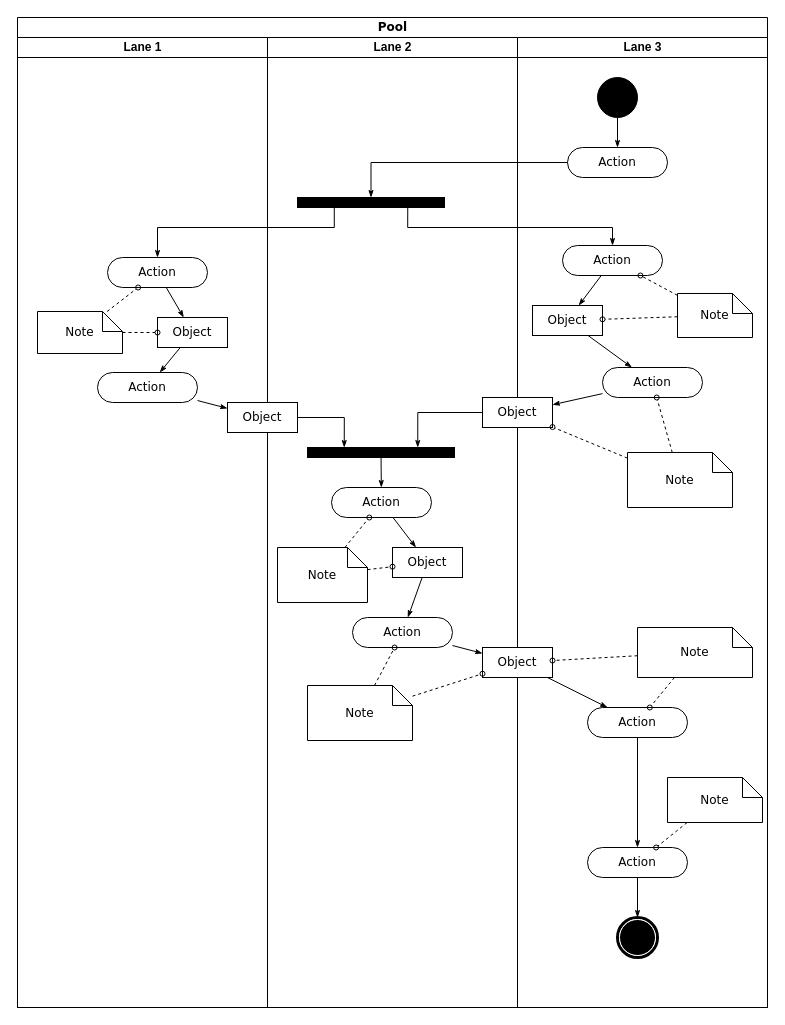
This is Untitled Diagram.drawio from GabrielKP/vice-versa, a draw.io file, before an edit. Source tidied: cells renumbered, new cells numbered last; positions are measured from the earlier drawing's top-left corner, leaving out a move shared by most shapes. Both pictures are drawn from the tidied source at 100%, with x=0, y=0 at pixel (17, 17).
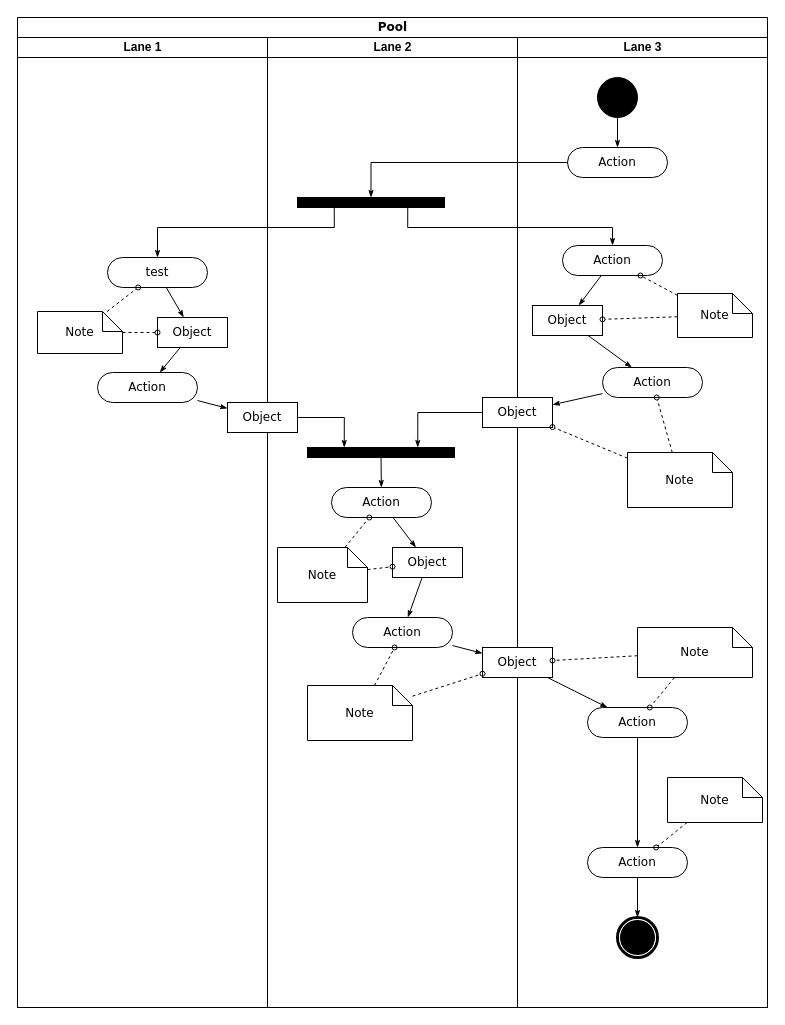
Above is the later version.

Unchanged cells that the change refers to:
```xml
<mxCell id="3" value="Lane 1" style="swimlane;html=1;startSize=20;" parent="2" vertex="1">
  <mxGeometry y="20" width="250" height="970" as="geometry" />
</mxCell>
```

The edit, as a diff of the source:
```diff
@@
-    <mxCell id="5" value="Action" style="rounded=1;whiteSpace=wrap;html=1;shadow=0;comic=0;labelBackgroundColor=none;strokeWidth=1;fontFamily=Verdana;fontSize=12;align=center;arcSize=50;" parent="3" vertex="1">
+    <mxCell id="5" value="test" style="rounded=1;whiteSpace=wrap;html=1;shadow=0;comic=0;labelBackgroundColor=none;strokeWidth=1;fontFamily=Verdana;fontSize=12;align=center;arcSize=50;" parent="3" vertex="1">
       <mxGeometry x="90" y="220" width="100" height="30" as="geometry" />
     </mxCell>
```
